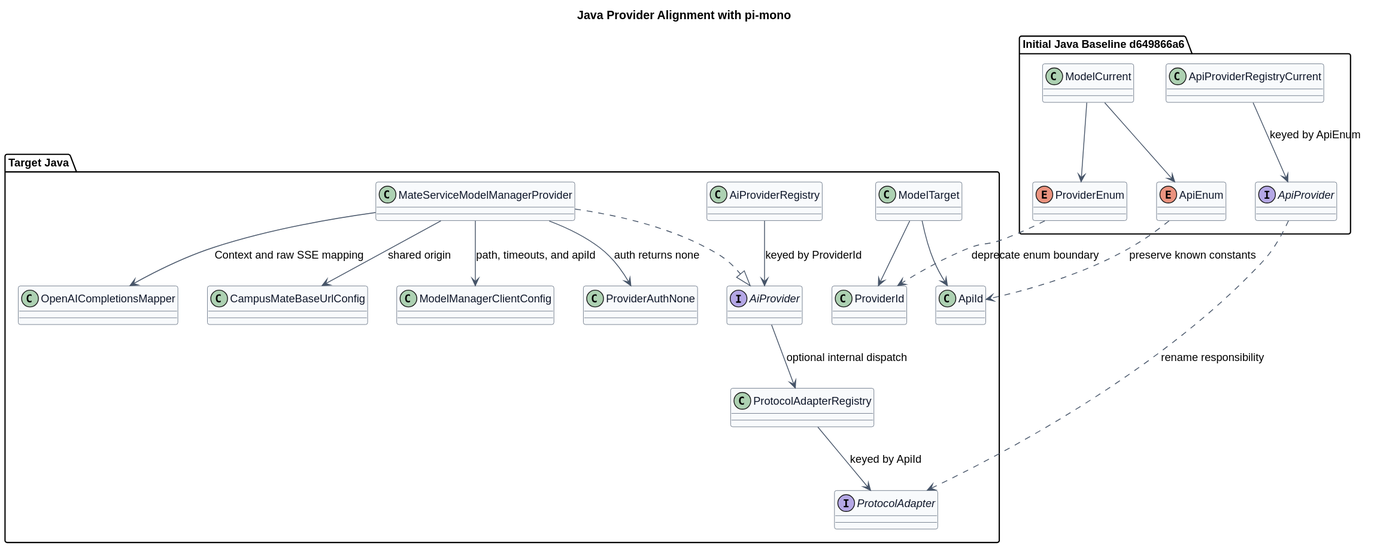
This is model-manager-provider-contract/java_provider_alignment.svg from ssm0808/pi-mono-java-design, a PlantUML export, as it was before one commit.
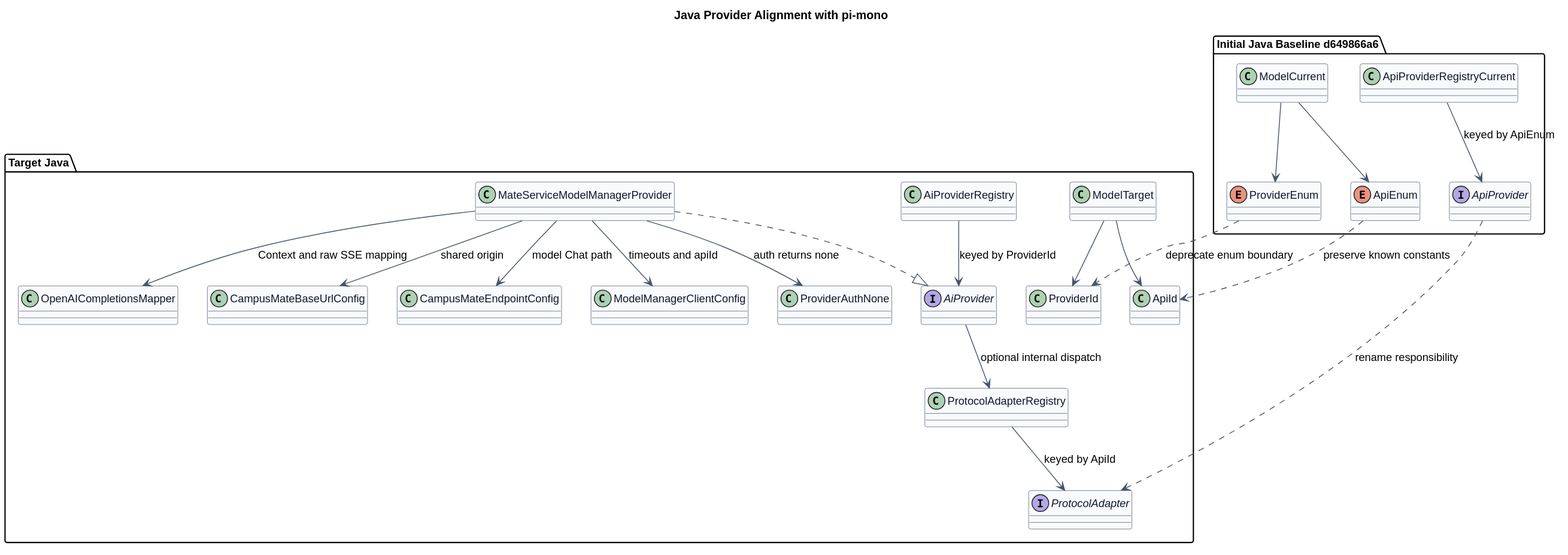
Above is the later version.

Diff of the diagram source:
```diff
@@ -36,6 +36,7 @@
   class MateServiceModelManagerProvider
   class OpenAICompletionsMapper
   class CampusMateBaseUrlConfig
+  class CampusMateEndpointConfig
   class ModelManagerClientConfig
   ModelTarget --> ProviderId
   ModelTarget --> ApiId
@@ -46,7 +47,8 @@
   MateServiceModelManagerProvider --> ProviderAuthNone : auth returns none
   MateServiceModelManagerProvider --> OpenAICompletionsMapper : Context and raw SSE mapping
   MateServiceModelManagerProvider --> CampusMateBaseUrlConfig : shared origin
-  MateServiceModelManagerProvider --> ModelManagerClientConfig : path, timeouts, and apiId
+  MateServiceModelManagerProvider --> CampusMateEndpointConfig : model Chat path
+  MateServiceModelManagerProvider --> ModelManagerClientConfig : timeouts and apiId
 }
 
 ProviderEnum ..> ProviderId : deprecate enum boundary
```
